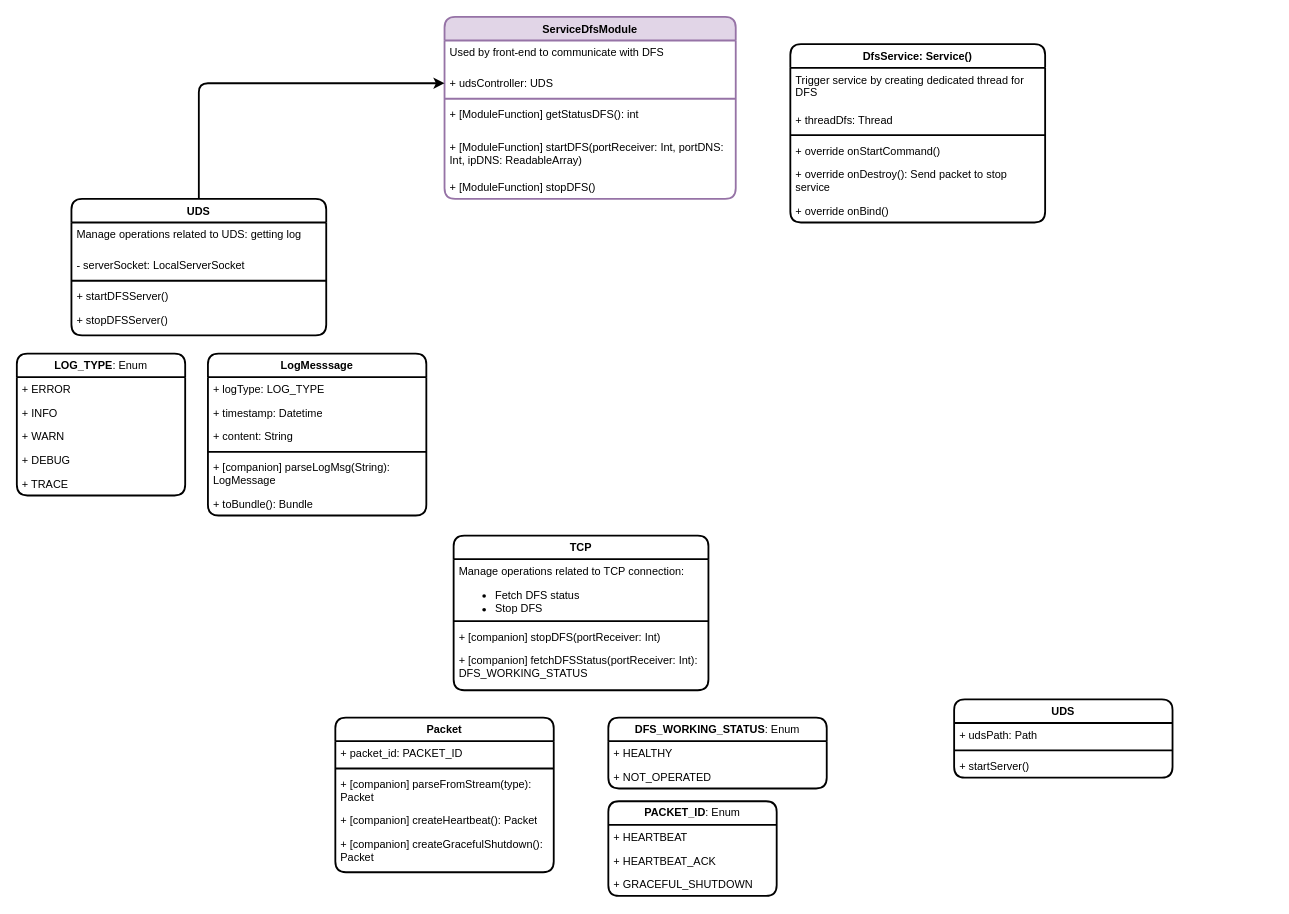
Before: page "Native-Module-components" (3 of 7) of front-end/design.drawio in hoanghl/xbutler-document, a draw.io diagram. Source tidied: cells renumbered, new cells numbered last; positions are measured from the earlier drawing's top-left corner, leaving out a move shared by most shapes. Both pictures are drawn from the tidied source at 91%, with x=0, y=0 at pixel (16, 16).
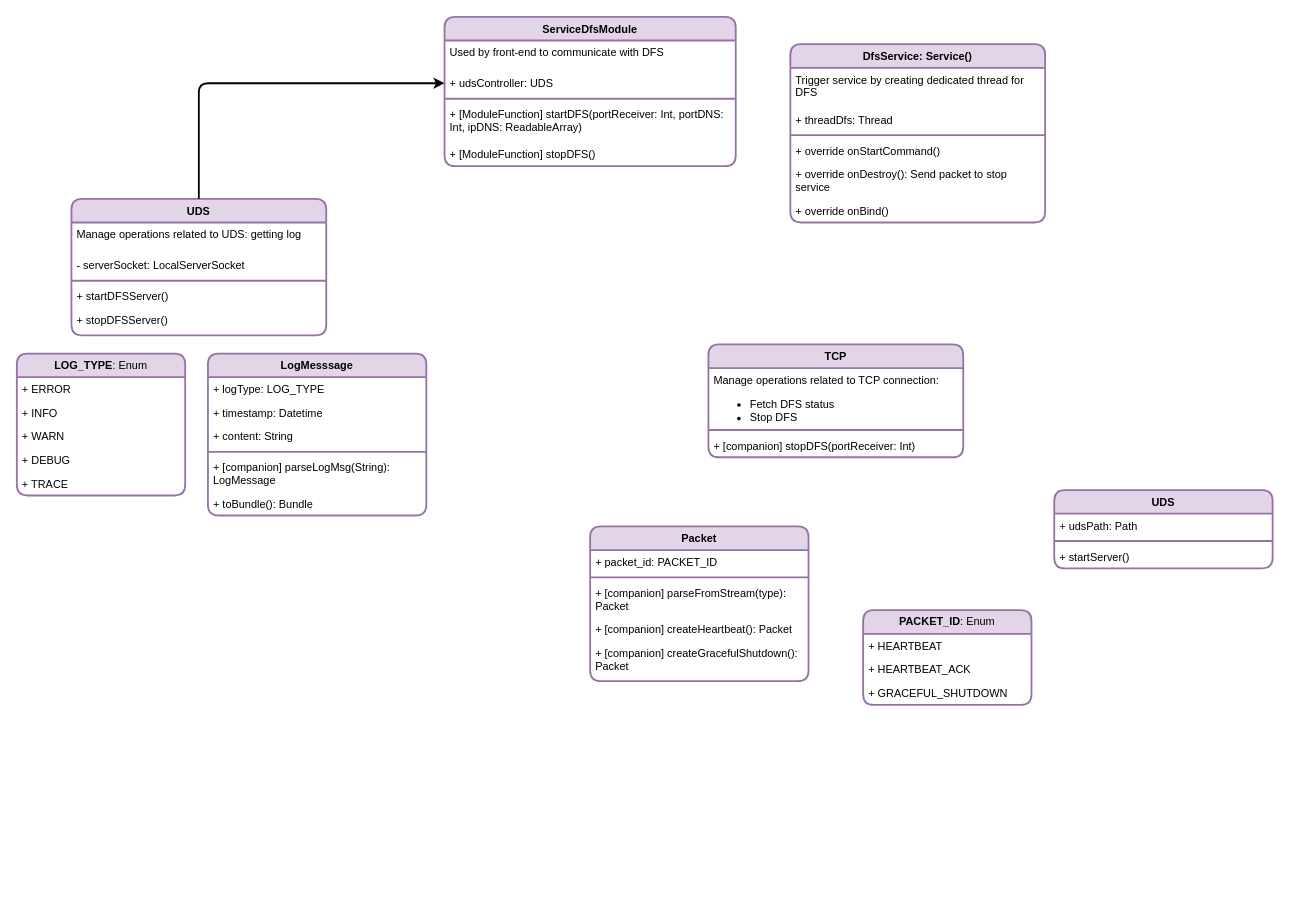
The same page after the edit.

What changed in the source:
```diff
@@
-    <mxCell id="2" value="Packet" style="swimlane;fontStyle=1;align=center;verticalAlign=top;horizontal=1;startSize=26;whiteSpace=wrap;html=1;rounded=1;strokeWidth=2;" parent="1" vertex="1">
-      <mxGeometry x="350" y="770" width="240" height="170" as="geometry" />
+    <mxCell id="2" value="Packet" style="swimlane;fontStyle=1;align=center;verticalAlign=top;horizontal=1;startSize=26;whiteSpace=wrap;html=1;rounded=1;strokeWidth=2;fillColor=#e1d5e7;strokeColor=#9673a6;" parent="1" vertex="1">
+      <mxGeometry x="630" y="560" width="240" height="170" as="geometry" />
     </mxCell>
@@
-    <mxCell id="8" value="LogMesssage" style="swimlane;fontStyle=1;align=center;verticalAlign=top;horizontal=1;startSize=26;whiteSpace=wrap;html=1;rounded=1;strokeWidth=2;" parent="1" vertex="1">
+    <mxCell id="8" value="LogMesssage" style="swimlane;fontStyle=1;align=center;verticalAlign=top;horizontal=1;startSize=26;whiteSpace=wrap;html=1;rounded=1;strokeWidth=2;fillColor=#e1d5e7;strokeColor=#9673a6;" parent="1" vertex="1">
       <mxGeometry x="210" y="370" width="240" height="178" as="geometry" />
     </mxCell>
@@
-    <mxCell id="15" value="&lt;b&gt;PACKET_ID&lt;/b&gt;: Enum" style="swimlane;fontStyle=0;horizontal=1;startSize=26;fillColor=none;whiteSpace=wrap;html=1;rounded=1;strokeWidth=2;" parent="1" vertex="1">
-      <mxGeometry x="650" y="862" width="185" height="104" as="geometry" />
+    <mxCell id="15" value="&lt;b&gt;PACKET_ID&lt;/b&gt;: Enum" style="swimlane;fontStyle=0;horizontal=1;startSize=26;fillColor=#e1d5e7;whiteSpace=wrap;html=1;rounded=1;strokeWidth=2;strokeColor=#9673a6;" parent="1" vertex="1">
+      <mxGeometry x="930" y="652" width="185" height="104" as="geometry" />
     </mxCell>
@@
     <mxCell id="19" value="ServiceDfsModule" style="swimlane;fontStyle=1;align=center;verticalAlign=top;horizontal=1;startSize=26;whiteSpace=wrap;html=1;rounded=1;strokeWidth=2;fillColor=#e1d5e7;strokeColor=#9673a6;" parent="1" vertex="1">
-      <mxGeometry x="470" width="320" height="200" as="geometry" />
+      <mxGeometry x="470" width="320" height="164" as="geometry" />
     </mxCell>
@@
-    <mxCell id="23" value="+ [ModuleFunction] getStatusDFS(): int" style="text;strokeColor=none;fillColor=none;align=left;verticalAlign=top;spacingLeft=4;spacingRight=4;overflow=hidden;whiteSpace=wrap;html=1;strokeWidth=2;" parent="19" vertex="1">
-      <mxGeometry y="94" width="320" height="36" as="geometry" />
-    </mxCell>
     <mxCell id="24" value="+ [ModuleFunction]&amp;nbsp;startDFS(portReceiver: Int, portDNS: Int, ipDNS: ReadableArray)" style="text;strokeColor=none;fillColor=none;align=left;verticalAlign=top;spacingLeft=4;spacingRight=4;overflow=hidden;whiteSpace=wrap;html=1;strokeWidth=2;" parent="19" vertex="1">
-      <mxGeometry y="130" width="320" height="44" as="geometry" />
+      <mxGeometry y="94" width="320" height="44" as="geometry" />
     </mxCell>
     <mxCell id="25" value="+ [ModuleFunction]&amp;nbsp;stopDFS()" style="text;strokeColor=none;fillColor=none;align=left;verticalAlign=top;spacingLeft=4;spacingRight=4;overflow=hidden;whiteSpace=wrap;html=1;strokeWidth=2;" parent="19" vertex="1">
-      <mxGeometry y="174" width="320" height="26" as="geometry" />
+      <mxGeometry y="138" width="320" height="26" as="geometry" />
     </mxCell>
-    <mxCell id="26" value="&lt;b&gt;DFS_WORKING_STATUS&lt;/b&gt;: Enum" style="swimlane;fontStyle=0;horizontal=1;startSize=26;fillColor=none;whiteSpace=wrap;html=1;rounded=1;strokeWidth=2;" parent="1" vertex="1">
-      <mxGeometry x="650" y="770" width="240" height="78" as="geometry" />
-    </mxCell>
-    <mxCell id="27" value="+ HEALTHY" style="text;strokeColor=none;fillColor=none;align=left;verticalAlign=top;spacingLeft=4;spacingRight=4;overflow=hidden;whiteSpace=wrap;html=1;strokeWidth=2;" parent="26" vertex="1">
-      <mxGeometry y="26" width="240" height="26" as="geometry" />
-    </mxCell>
-    <mxCell id="28" value="+ NOT_OPERATED" style="text;strokeColor=none;fillColor=none;align=left;verticalAlign=top;spacingLeft=4;spacingRight=4;overflow=hidden;whiteSpace=wrap;html=1;strokeWidth=2;" parent="26" vertex="1">
-      <mxGeometry y="52" width="240" height="26" as="geometry" />
-    </mxCell>
-    <mxCell id="29" value="&lt;b&gt;LOG_TYPE&lt;/b&gt;: Enum" style="swimlane;fontStyle=0;horizontal=1;startSize=26;fillColor=none;whiteSpace=wrap;html=1;rounded=1;strokeWidth=2;" parent="1" vertex="1">
+    <mxCell id="29" value="&lt;b&gt;LOG_TYPE&lt;/b&gt;: Enum" style="swimlane;fontStyle=0;horizontal=1;startSize=26;fillColor=#e1d5e7;whiteSpace=wrap;html=1;rounded=1;strokeWidth=2;strokeColor=#9673a6;" parent="1" vertex="1">
       <mxGeometry y="370" width="185" height="156" as="geometry" />
     </mxCell>
@@
-    <mxCell id="35" value="UDS" style="swimlane;fontStyle=1;align=center;verticalAlign=top;horizontal=1;startSize=26;whiteSpace=wrap;html=1;rounded=1;strokeWidth=2;" parent="1" vertex="1">
-      <mxGeometry x="1030" y="750" width="240" height="86" as="geometry" />
+    <mxCell id="35" value="UDS" style="swimlane;fontStyle=1;align=center;verticalAlign=top;horizontal=1;startSize=26;whiteSpace=wrap;html=1;rounded=1;strokeWidth=2;fillColor=#e1d5e7;strokeColor=#9673a6;" parent="1" vertex="1">
+      <mxGeometry x="1140" y="520" width="240" height="86" as="geometry" />
     </mxCell>
@@
-    <mxCell id="39" value="DfsService: Service()" style="swimlane;fontStyle=1;align=center;verticalAlign=top;horizontal=1;startSize=26;whiteSpace=wrap;html=1;rounded=1;strokeWidth=2;" parent="1" vertex="1">
+    <mxCell id="39" value="DfsService: Service()" style="swimlane;fontStyle=1;align=center;verticalAlign=top;horizontal=1;startSize=26;whiteSpace=wrap;html=1;rounded=1;strokeWidth=2;fillColor=#e1d5e7;strokeColor=#9673a6;" parent="1" vertex="1">
       <mxGeometry x="850" y="30" width="280" height="196" as="geometry" />
     </mxCell>
@@
-    <mxCell id="46" value="UDS" style="swimlane;fontStyle=1;align=center;verticalAlign=top;horizontal=1;startSize=26;whiteSpace=wrap;html=1;rounded=1;strokeWidth=2;" parent="1" vertex="1">
+    <mxCell id="46" value="UDS" style="swimlane;fontStyle=1;align=center;verticalAlign=top;horizontal=1;startSize=26;whiteSpace=wrap;html=1;rounded=1;strokeWidth=2;fillColor=#e1d5e7;strokeColor=#9673a6;" parent="1" vertex="1">
       <mxGeometry x="60" y="200" width="280" height="150" as="geometry" />
     </mxCell>
@@
-    <mxCell id="52" value="TCP" style="swimlane;fontStyle=1;align=center;verticalAlign=top;horizontal=1;startSize=26;whiteSpace=wrap;html=1;rounded=1;strokeWidth=2;" parent="1" vertex="1">
-      <mxGeometry x="480" y="570" width="280" height="170" as="geometry" />
+    <mxCell id="52" value="TCP" style="swimlane;fontStyle=1;align=center;verticalAlign=top;horizontal=1;startSize=26;whiteSpace=wrap;html=1;rounded=1;strokeWidth=2;fillColor=#e1d5e7;strokeColor=#9673a6;" parent="1" vertex="1">
+      <mxGeometry x="760" y="360" width="280" height="124" as="geometry" />
     </mxCell>
@@
-    <mxCell id="56" value="+ [companion] fetchDFSStatus(portReceiver: Int): DFS_WORKING_STATUS" style="text;strokeColor=none;fillColor=none;align=left;verticalAlign=top;spacingLeft=4;spacingRight=4;overflow=hidden;whiteSpace=wrap;html=1;strokeWidth=2;" parent="52" vertex="1">
-      <mxGeometry y="124" width="280" height="46" as="geometry" />
-    </mxCell>
```
